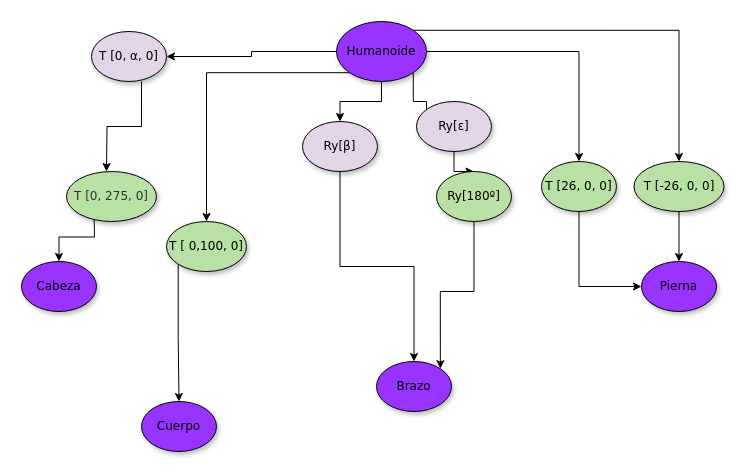
The draw.io diagram docs/Humanoide.drawio in Cristinasj/IG, before the edit. Source tidied: cells renumbered, new cells numbered last; positions are measured from the earlier drawing's top-left corner, leaving out a move shared by most shapes. Both pictures are drawn from the tidied source at 100%, with x=0, y=0 at pixel (21, 21).
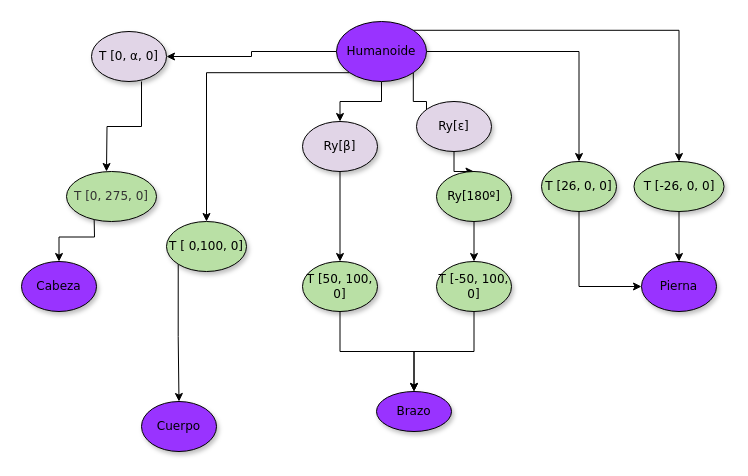
The same page after the edit.

The change refers to these unchanged cells:
```xml
<mxCell id="22" value="Ry[β]" style="ellipse;whiteSpace=wrap;html=1;rounded=0;shadow=1;comic=0;labelBackgroundColor=none;strokeWidth=1;fontFamily=Verdana;fontSize=12;align=center;fillColor=#E1D5E7;" parent="1" vertex="1">
  <mxGeometry x="281" y="100" width="75" height="50" as="geometry" />
</mxCell>
<mxCell id="26" value="Ry[180º]" style="ellipse;whiteSpace=wrap;html=1;rounded=0;shadow=1;comic=0;labelBackgroundColor=none;strokeWidth=1;fontFamily=Verdana;fontSize=12;align=center;fillColor=#B9E0A5;strokeColor=#000000;" parent="1" vertex="1">
  <mxGeometry x="415" y="150" width="75" height="50" as="geometry" />
</mxCell>
```

Change to the diagram source:
```diff
@@
-    <mxCell id="9" value="Brazo" style="ellipse;whiteSpace=wrap;html=1;rounded=0;shadow=1;comic=0;labelBackgroundColor=none;strokeWidth=1;fontFamily=Verdana;fontSize=12;align=center;fillColor=#9933FF;" parent="1" vertex="1">
-      <mxGeometry x="355" y="340" width="75" height="50" as="geometry" />
-    </mxCell>
@@
-    <mxCell id="21" style="edgeStyle=orthogonalEdgeStyle;rounded=0;jettySize=auto;html=1;exitX=0.5;exitY=1;exitDx=0;exitDy=0;" parent="1" edge="1" source="22" target="9">
-      <mxGeometry relative="1" as="geometry" />
-    </mxCell>
+    <mxCell id="29" style="edgeStyle=orthogonalEdgeStyle;rounded=0;jettySize=auto;html=1;exitX=0.5;exitY=1;exitDx=0;exitDy=0;entryX=0.5;entryY=0;entryDx=0;entryDy=0;" parent="1" edge="1" source="22" target="34">
+      <mxGeometry relative="1" as="geometry" />
+    </mxCell>
@@
-    <mxCell id="25" style="edgeStyle=orthogonalEdgeStyle;rounded=0;jettySize=auto;html=1;exitX=0.5;exitY=1;exitDx=0;exitDy=0;entryX=1;entryY=0;entryDx=0;entryDy=0;" parent="1" edge="1" source="26" target="9">
-      <mxGeometry relative="1" as="geometry" />
-    </mxCell>
+    <mxCell id="30" style="edgeStyle=orthogonalEdgeStyle;rounded=0;jettySize=auto;html=1;exitX=0.5;exitY=1;exitDx=0;exitDy=0;" parent="1" edge="1" source="26" target="32">
+      <mxGeometry relative="1" as="geometry" />
+    </mxCell>
@@
+    <mxCell id="31" style="edgeStyle=orthogonalEdgeStyle;rounded=0;jettySize=auto;html=1;exitX=0.5;exitY=1;exitDx=0;exitDy=0;" parent="1" edge="1" source="32" target="9">
+      <mxGeometry relative="1" as="geometry" />
+    </mxCell>
+    <mxCell id="32" value="T [-50, 100, 0]" style="ellipse;whiteSpace=wrap;html=1;rounded=0;shadow=1;comic=0;labelBackgroundColor=none;strokeWidth=1;fontFamily=Verdana;fontSize=12;align=center;fillColor=#B9E0A5;" parent="1" vertex="1">
+      <mxGeometry x="415" y="240" width="75" height="50" as="geometry" />
+    </mxCell>
+    <mxCell id="33" style="edgeStyle=orthogonalEdgeStyle;rounded=0;jettySize=auto;html=1;exitX=0.5;exitY=1;exitDx=0;exitDy=0;entryX=0.5;entryY=0;entryDx=0;entryDy=0;" parent="1" edge="1" source="34" target="9">
+      <mxGeometry relative="1" as="geometry" />
+    </mxCell>
+    <mxCell id="34" value="T [50, 100, 0]" style="ellipse;whiteSpace=wrap;html=1;rounded=0;shadow=1;comic=0;labelBackgroundColor=none;strokeWidth=1;fontFamily=Verdana;fontSize=12;align=center;fillColor=#B9E0A5;" parent="1" vertex="1">
+      <mxGeometry x="281" y="240" width="75" height="50" as="geometry" />
+    </mxCell>
+    <mxCell id="9" value="Brazo" style="ellipse;whiteSpace=wrap;html=1;rounded=0;shadow=1;comic=0;labelBackgroundColor=none;strokeWidth=1;fontFamily=Verdana;fontSize=12;align=center;fillColor=#9933FF;" parent="1" vertex="1">
+      <mxGeometry x="355" y="370" width="75" height="40" as="geometry" />
+    </mxCell>
```
